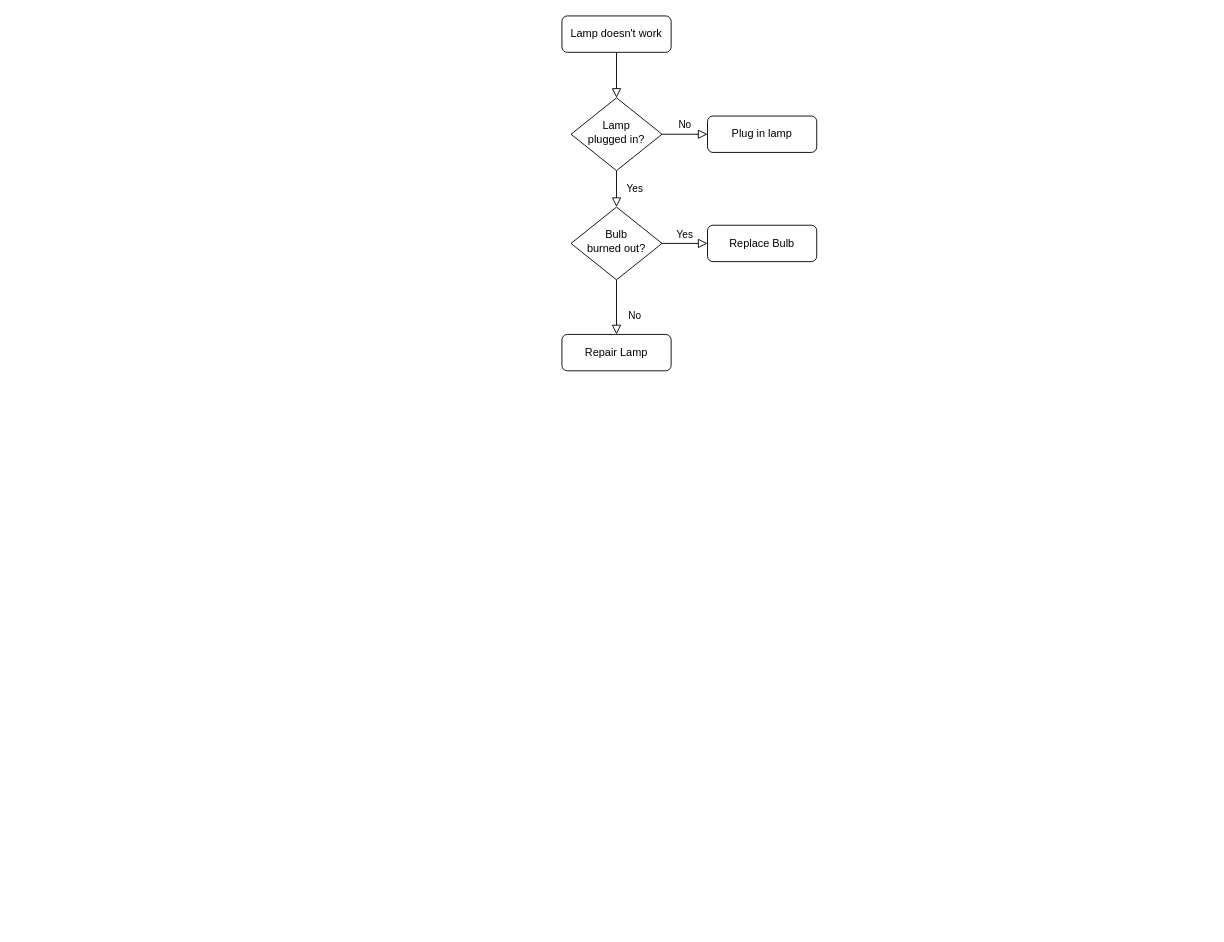
lishengyu/mk keeps this draw.io diagram as iso-build.drawio. Above is the earlier version. Source tidied: cells renumbered, new cells numbered last; positions are measured from the earlier drawing's top-left corner, leaving out a move shared by most shapes. Both pictures are drawn from the tidied source at 91%, with x=0, y=0 at pixel (561, 15).
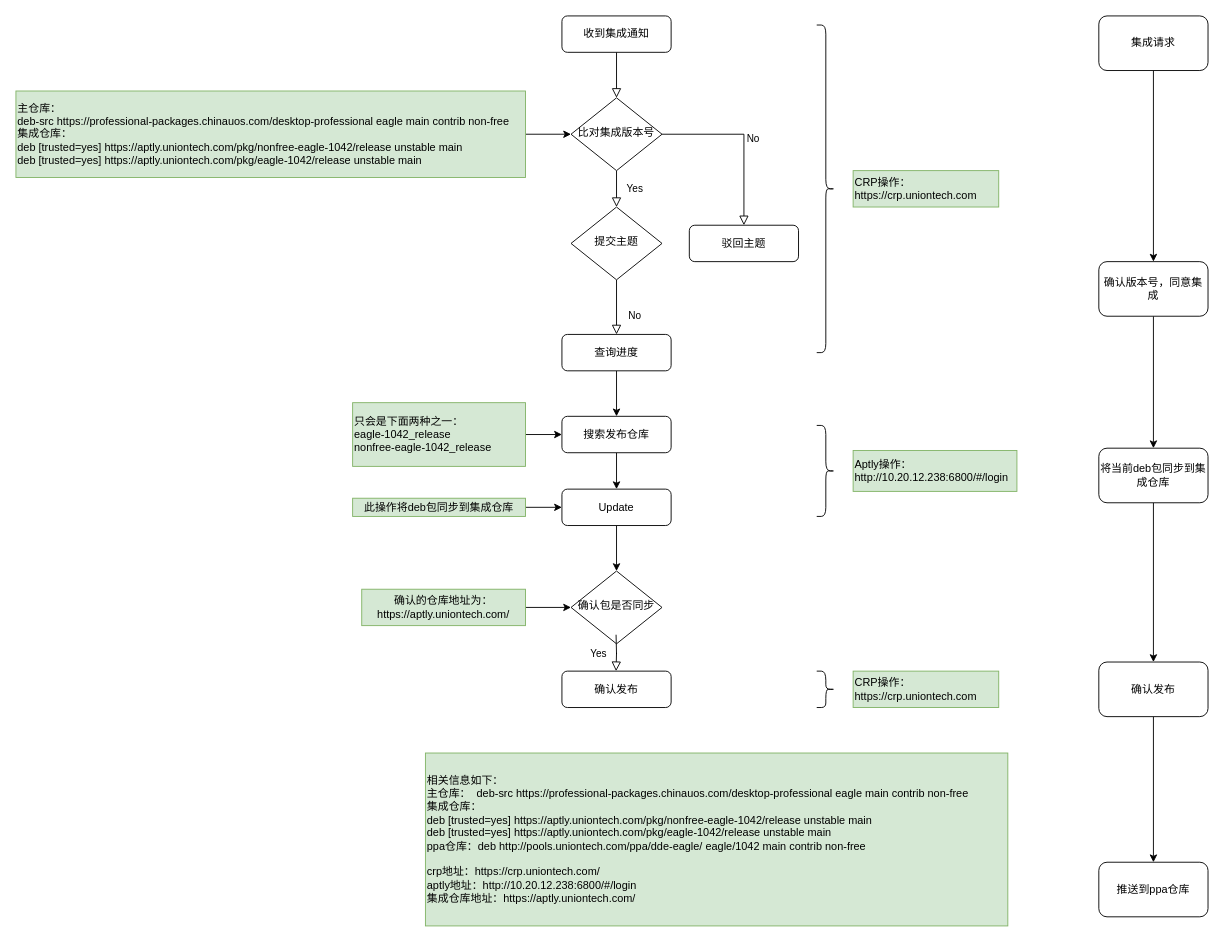
The same diagram, later.

What changed in the source:
```diff
@@
-    <mxCell id="3" value="Lamp doesn't work" style="rounded=1;whiteSpace=wrap;html=1;fontSize=12;glass=0;strokeWidth=1;shadow=0;" parent="1" vertex="1">
+    <mxCell id="3" value="收到集成通知" style="rounded=1;whiteSpace=wrap;html=1;fontSize=12;glass=0;strokeWidth=1;shadow=0;" parent="1" vertex="1">
       <mxGeometry width="120" height="40" as="geometry" />
     </mxCell>
@@
-    <mxCell id="6" value="Lamp&lt;br&gt;plugged in?" style="rhombus;whiteSpace=wrap;html=1;shadow=0;fontFamily=Helvetica;fontSize=12;align=center;strokeWidth=1;spacing=6;spacingTop=-4;" parent="1" vertex="1">
+    <mxCell id="6" value="比对集成版本号" style="rhombus;whiteSpace=wrap;html=1;shadow=0;fontFamily=Helvetica;fontSize=12;align=center;strokeWidth=1;spacing=6;spacingTop=-4;" parent="1" vertex="1">
       <mxGeometry x="10" y="90" width="100" height="80" as="geometry" />
     </mxCell>
-    <mxCell id="7" value="Plug in lamp" style="rounded=1;whiteSpace=wrap;html=1;fontSize=12;glass=0;strokeWidth=1;shadow=0;" parent="1" vertex="1">
-      <mxGeometry x="160" y="110" width="120" height="40" as="geometry" />
+    <mxCell id="7" value="驳回主题" style="rounded=1;whiteSpace=wrap;html=1;fontSize=12;glass=0;strokeWidth=1;shadow=0;" parent="1" vertex="1">
+      <mxGeometry x="140" y="230" width="120" height="40" as="geometry" />
     </mxCell>
@@
+    <mxCell id="10" value="提交主题" style="rhombus;whiteSpace=wrap;html=1;shadow=0;fontFamily=Helvetica;fontSize=12;align=center;strokeWidth=1;spacing=6;spacingTop=-4;" parent="1" vertex="1">
+      <mxGeometry x="10" y="210" width="100" height="80" as="geometry" />
+    </mxCell>
+    <mxCell id="13" style="edgeStyle=orthogonalEdgeStyle;rounded=0;jettySize=auto;html=1;" parent="1" edge="1" source="11" target="15">
+      <mxGeometry relative="1" as="geometry" />
+    </mxCell>
+    <mxCell id="11" value="查询进度" style="rounded=1;whiteSpace=wrap;html=1;fontSize=12;glass=0;strokeWidth=1;shadow=0;" parent="1" vertex="1">
+      <mxGeometry y="350" width="120" height="40" as="geometry" />
+    </mxCell>
+    <mxCell id="14" style="edgeStyle=orthogonalEdgeStyle;rounded=0;jettySize=auto;html=1;" parent="1" edge="1" source="15" target="17">
+      <mxGeometry relative="1" as="geometry" />
+    </mxCell>
+    <mxCell id="15" value="搜索发布仓库" style="rounded=1;whiteSpace=wrap;html=1;fontSize=12;glass=0;strokeWidth=1;shadow=0;" parent="1" vertex="1">
+      <mxGeometry y="440" width="120" height="40" as="geometry" />
+    </mxCell>
+    <mxCell id="16" style="edgeStyle=orthogonalEdgeStyle;rounded=0;jettySize=auto;html=1;" parent="1" edge="1" source="17" target="18">
+      <mxGeometry relative="1" as="geometry" />
+    </mxCell>
+    <mxCell id="17" value="Update" style="rounded=1;whiteSpace=wrap;html=1;fontSize=12;glass=0;strokeWidth=1;shadow=0;" parent="1" vertex="1">
+      <mxGeometry y="520" width="120" height="40" as="geometry" />
+    </mxCell>
+    <mxCell id="18" value="确认包是否同步" style="rhombus;whiteSpace=wrap;html=1;shadow=0;fontFamily=Helvetica;fontSize=12;align=center;strokeWidth=1;spacing=6;spacingTop=-4;" parent="1" vertex="1">
+      <mxGeometry x="10" y="610" width="100" height="80" as="geometry" />
+    </mxCell>
+    <mxCell id="19" value="确认发布" style="rounded=1;whiteSpace=wrap;html=1;" parent="1" vertex="1">
+      <mxGeometry y="720" width="120" height="40" as="geometry" />
+    </mxCell>
+    <mxCell id="20" style="edgeStyle=orthogonalEdgeStyle;rounded=0;jettySize=auto;html=1;" parent="1" edge="1" source="21" target="6">
+      <mxGeometry relative="1" as="geometry" />
+    </mxCell>
+    <mxCell id="21" value="主仓库：&lt;br&gt;deb-src https://professional-packages.chinauos.com/desktop-professional eagle main contrib non-free&lt;br&gt;集成仓库：&lt;br&gt;&lt;div&gt;deb [trusted=yes] https://aptly.uniontech.com/pkg/nonfree-eagle-1042/release unstable main&lt;/div&gt;&lt;div&gt;deb [trusted=yes] https://aptly.uniontech.com/pkg/eagle-1042/release unstable main&lt;/div&gt;" style="text;html=1;strokeColor=#82b366;fillColor=#d5e8d4;align=left;verticalAlign=middle;whiteSpace=wrap;rounded=0;fontStyle=0;" parent="1" vertex="1">
+      <mxGeometry x="-600" y="82.5" width="560" height="95" as="geometry" />
+    </mxCell>
+    <mxCell id="22" style="edgeStyle=orthogonalEdgeStyle;rounded=0;jettySize=auto;html=1;" parent="1" edge="1" source="23" target="17">
+      <mxGeometry relative="1" as="geometry" />
+    </mxCell>
+    <mxCell id="23" value="此操作将deb包同步到集成仓库" style="text;html=1;strokeColor=#82b366;fillColor=#d5e8d4;align=center;verticalAlign=middle;whiteSpace=wrap;rounded=0;" parent="1" vertex="1">
+      <mxGeometry x="-230" y="530" width="190" height="20" as="geometry" />
+    </mxCell>
+    <mxCell id="24" style="edgeStyle=orthogonalEdgeStyle;rounded=0;jettySize=auto;html=1;" parent="1" edge="1" source="25" target="18">
+      <mxGeometry relative="1" as="geometry" />
+    </mxCell>
+    <mxCell id="25" value="确认的仓库地址为：&lt;br&gt;https://aptly.uniontech.com/" style="text;html=1;strokeColor=#82b366;fillColor=#d5e8d4;align=center;verticalAlign=middle;whiteSpace=wrap;rounded=0;" parent="1" vertex="1">
+      <mxGeometry x="-220" y="630" width="180" height="40" as="geometry" />
+    </mxCell>
-    <mxCell id="9" value="Yes" style="edgeStyle=orthogonalEdgeStyle;rounded=0;html=1;jettySize=auto;fontSize=11;endArrow=block;endFill=0;endSize=8;strokeWidth=1;shadow=0;labelBackgroundColor=none;" parent="1" edge="1" source="10" target="12">
-      <mxGeometry y="10" relative="1" as="geometry" />
+    <mxCell id="9" value="Yes" style="rounded=0;html=1;jettySize=auto;orthogonalLoop=1;fontSize=11;endArrow=block;endFill=0;endSize=8;strokeWidth=1;shadow=0;labelBackgroundColor=none;edgeStyle=orthogonalEdgeStyle;" parent="1" edge="1">
+      <mxGeometry y="20" relative="1" as="geometry">
+        <mxPoint x="59.5" y="680" as="sourcePoint" />
+        <mxPoint x="59.5" y="720" as="targetPoint" />
+      </mxGeometry>
     </mxCell>
-    <mxCell id="10" value="Bulb&lt;br&gt;burned out?" style="rhombus;whiteSpace=wrap;html=1;shadow=0;fontFamily=Helvetica;fontSize=12;align=center;strokeWidth=1;spacing=6;spacingTop=-4;" parent="1" vertex="1">
-      <mxGeometry x="10" y="210" width="100" height="80" as="geometry" />
-    </mxCell>
-    <mxCell id="11" value="Repair Lamp" style="rounded=1;whiteSpace=wrap;html=1;fontSize=12;glass=0;strokeWidth=1;shadow=0;" parent="1" vertex="1">
-      <mxGeometry y="350" width="120" height="40" as="geometry" />
-    </mxCell>
-    <mxCell id="12" value="Replace Bulb" style="rounded=1;whiteSpace=wrap;html=1;fontSize=12;glass=0;strokeWidth=1;shadow=0;" parent="1" vertex="1">
-      <mxGeometry x="160" y="230" width="120" height="40" as="geometry" />
-    </mxCell>
+    <mxCell id="26" style="shape=curlyBracket;whiteSpace=wrap;html=1;rounded=1;flipH=1;align=left;" parent="1" vertex="1">
+      <mxGeometry x="280" y="10" width="20" height="360" as="geometry" />
+    </mxCell>
+    <mxCell id="27" value="CRP操作：&lt;br&gt;https://crp.uniontech.com&lt;br&gt;" style="text;html=1;strokeColor=#82b366;fillColor=#d5e8d4;align=left;verticalAlign=middle;whiteSpace=wrap;rounded=0;" parent="1" vertex="1">
+      <mxGeometry x="320" y="170" width="160" height="40" as="geometry" />
+    </mxCell>
+    <mxCell id="28" style="shape=curlyBracket;whiteSpace=wrap;html=1;rounded=1;flipH=1;align=left;" parent="1" vertex="1">
+      <mxGeometry x="280" y="450" width="20" height="100" as="geometry" />
+    </mxCell>
+    <mxCell id="29" value="Aptly操作：&lt;br&gt;http://10.20.12.238:6800/#/login" style="text;html=1;strokeColor=#82b366;fillColor=#d5e8d4;align=left;verticalAlign=middle;whiteSpace=wrap;rounded=0;" parent="1" vertex="1">
+      <mxGeometry x="320" y="477.5" width="180" height="45" as="geometry" />
+    </mxCell>
+    <mxCell id="30" style="shape=curlyBracket;whiteSpace=wrap;html=1;rounded=1;flipH=1;align=left;" parent="1" vertex="1">
+      <mxGeometry x="280" y="720" width="20" height="40" as="geometry" />
+    </mxCell>
+    <mxCell id="31" value="CRP操作：&lt;br&gt;https://crp.uniontech.com&lt;br&gt;" style="text;html=1;strokeColor=#82b366;fillColor=#d5e8d4;align=left;verticalAlign=middle;whiteSpace=wrap;rounded=0;" parent="1" vertex="1">
+      <mxGeometry x="320" y="720" width="160" height="40" as="geometry" />
+    </mxCell>
+    <mxCell id="32" value="相关信息如下：&lt;br&gt;主仓库：&amp;nbsp; deb-src https://professional-packages.chinauos.com/desktop-professional eagle main contrib non-free&lt;br&gt;集成仓库：&lt;br&gt;&lt;div&gt;deb [trusted=yes] https://aptly.uniontech.com/pkg/nonfree-eagle-1042/release unstable main&lt;/div&gt;&lt;div&gt;deb [trusted=yes] https://aptly.uniontech.com/pkg/eagle-1042/release unstable main&lt;/div&gt;ppa仓库：deb http://pools.uniontech.com/ppa/dde-eagle/ eagle/1042 main contrib non-free&lt;br&gt;&lt;br&gt;crp地址：https://crp.uniontech.com/&lt;br&gt;aptly地址：http://10.20.12.238:6800/#/login&lt;br&gt;集成仓库地址：https://aptly.uniontech.com/&lt;br&gt;" style="text;html=1;strokeColor=#82b366;fillColor=#d5e8d4;align=left;verticalAlign=middle;whiteSpace=wrap;rounded=0;" parent="1" vertex="1">
+      <mxGeometry x="-150" y="810" width="640" height="190" as="geometry" />
+    </mxCell>
+    <mxCell id="33" style="edgeStyle=orthogonalEdgeStyle;rounded=0;jettySize=auto;html=1;" parent="1" edge="1" source="34" target="15">
+      <mxGeometry relative="1" as="geometry" />
+    </mxCell>
+    <mxCell id="34" value="只会是下面两种之一：&lt;br&gt;eagle-1042_release&lt;br&gt;&lt;div&gt;&lt;span&gt;nonfree-eagle-1042_release&lt;/span&gt;&lt;/div&gt;" style="text;html=1;strokeColor=#82b366;fillColor=#d5e8d4;align=left;verticalAlign=middle;whiteSpace=wrap;rounded=0;" parent="1" vertex="1">
+      <mxGeometry x="-230" y="425" width="190" height="70" as="geometry" />
+    </mxCell>
+    <mxCell id="35" style="edgeStyle=orthogonalEdgeStyle;rounded=0;jettySize=auto;html=1;" parent="1" edge="1" source="36" target="38">
+      <mxGeometry relative="1" as="geometry" />
+    </mxCell>
+    <mxCell id="36" value="集成请求" style="rounded=1;whiteSpace=wrap;html=1;align=center;" parent="1" vertex="1">
+      <mxGeometry x="590" width="120" height="60" as="geometry" />
+    </mxCell>
+    <mxCell id="37" style="edgeStyle=orthogonalEdgeStyle;rounded=0;jettySize=auto;html=1;" parent="1" edge="1" source="38" target="40">
+      <mxGeometry relative="1" as="geometry" />
+    </mxCell>
+    <mxCell id="38" value="确认版本号，同意集成" style="whiteSpace=wrap;html=1;rounded=1;" parent="1" vertex="1">
+      <mxGeometry x="590" y="270" width="120" height="60" as="geometry" />
+    </mxCell>
+    <mxCell id="39" style="edgeStyle=orthogonalEdgeStyle;rounded=0;jettySize=auto;html=1;" parent="1" edge="1" source="40" target="42">
+      <mxGeometry relative="1" as="geometry" />
+    </mxCell>
+    <mxCell id="40" value="将当前deb包同步到集成仓库" style="whiteSpace=wrap;html=1;rounded=1;" parent="1" vertex="1">
+      <mxGeometry x="590" y="475" width="120" height="60" as="geometry" />
+    </mxCell>
+    <mxCell id="41" style="edgeStyle=orthogonalEdgeStyle;rounded=0;jettySize=auto;html=1;" parent="1" edge="1" source="42" target="43">
+      <mxGeometry relative="1" as="geometry" />
+    </mxCell>
+    <mxCell id="42" value="确认发布" style="whiteSpace=wrap;html=1;rounded=1;" parent="1" vertex="1">
+      <mxGeometry x="590" y="710" width="120" height="60" as="geometry" />
+    </mxCell>
+    <mxCell id="43" value="推送到ppa仓库" style="whiteSpace=wrap;html=1;rounded=1;" parent="1" vertex="1">
+      <mxGeometry x="590" y="930" width="120" height="60" as="geometry" />
+    </mxCell>
```
